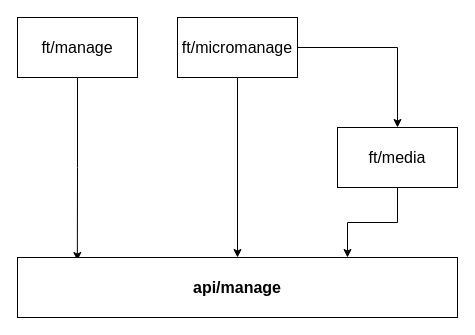
Before: mircoapp.drawio in windingmonth/draw, a draw.io diagram. Source tidied: cells renumbered, new cells numbered last; positions are measured from the earlier drawing's top-left corner, leaving out a move shared by most shapes. Both pictures are drawn from the tidied source at 100%, with x=0, y=0 at pixel (17, 17).
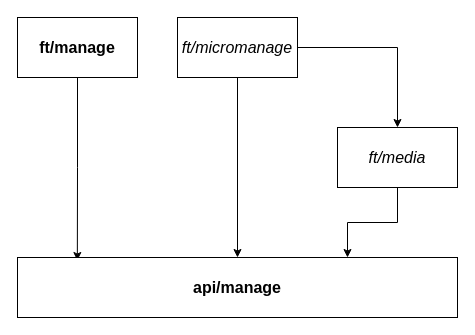
Above is the later version.

Change to the diagram source:
```diff
@@
 <mxGraphModel>
   <root>
     <mxCell id="0" />
     <mxCell id="1" parent="0" />
     <mxCell id="2" style="edgeStyle=orthogonalEdgeStyle;rounded=0;jettySize=auto;html=1;entryX=0.136;entryY=0.05;entryDx=0;entryDy=0;entryPerimeter=0;" parent="1" edge="1" source="3" target="9">
       <mxGeometry relative="1" as="geometry" />
     </mxCell>
-    <mxCell id="3" value="ft/manage" style="rounded=0;whiteSpace=wrap;html=1;fontSize=16;" parent="1" vertex="1">
+    <mxCell id="3" value="ft/manage" style="rounded=0;whiteSpace=wrap;html=1;fontSize=16;fontStyle=1;" parent="1" vertex="1">
       <mxGeometry width="120" height="60" as="geometry" />
     </mxCell>
     <mxCell id="4" style="edgeStyle=orthogonalEdgeStyle;rounded=0;jettySize=auto;html=1;" parent="1" edge="1" source="6" target="9">
       <mxGeometry relative="1" as="geometry" />
     </mxCell>
     <mxCell id="5" style="edgeStyle=orthogonalEdgeStyle;rounded=0;jettySize=auto;html=1;" parent="1" edge="1" source="6" target="8">
       <mxGeometry relative="1" as="geometry" />
     </mxCell>
-    <mxCell id="6" value="ft/micromanage" style="rounded=0;whiteSpace=wrap;html=1;fontSize=16;" parent="1" vertex="1">
+    <mxCell id="6" value="ft/micromanage" style="rounded=0;whiteSpace=wrap;html=1;fontSize=16;fontStyle=2;" parent="1" vertex="1">
       <mxGeometry x="160" width="120" height="60" as="geometry" />
     </mxCell>
     <mxCell id="7" style="edgeStyle=orthogonalEdgeStyle;rounded=0;jettySize=auto;html=1;entryX=0.75;entryY=0;entryDx=0;entryDy=0;" parent="1" edge="1" source="8" target="9">
       <mxGeometry relative="1" as="geometry" />
     </mxCell>
-    <mxCell id="8" value="ft/media" style="rounded=0;whiteSpace=wrap;html=1;fontSize=16;" parent="1" vertex="1">
+    <mxCell id="8" value="ft/media" style="rounded=0;whiteSpace=wrap;html=1;fontSize=16;fontStyle=2;" parent="1" vertex="1">
       <mxGeometry x="320" y="110" width="120" height="60" as="geometry" />
     </mxCell>
     <mxCell id="9" value="api/manage" style="rounded=0;whiteSpace=wrap;html=1;fontSize=16;fontStyle=1;" parent="1" vertex="1">
       <mxGeometry y="240" width="440" height="60" as="geometry" />
     </mxCell>
   </root>
 </mxGraphModel>
```
